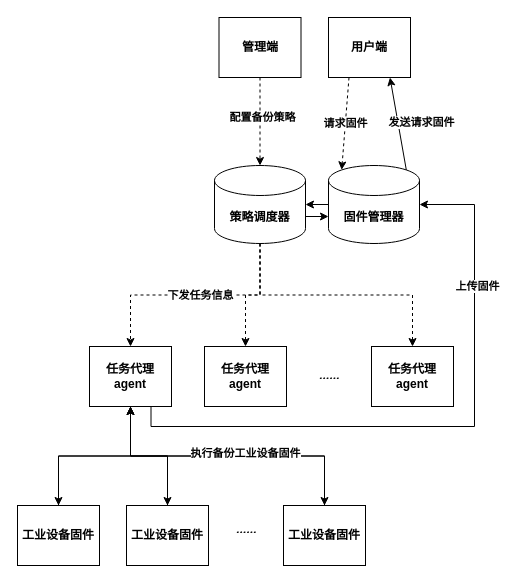
Earlier version of the draw.io diagram patent1.drawio (Alpha-Girl/drawio). Source tidied: cells renumbered, new cells numbered last; positions are measured from the earlier drawing's top-left corner, leaving out a move shared by most shapes. Both pictures are drawn from the tidied source at 100%, with x=0, y=0 at pixel (17, 17).
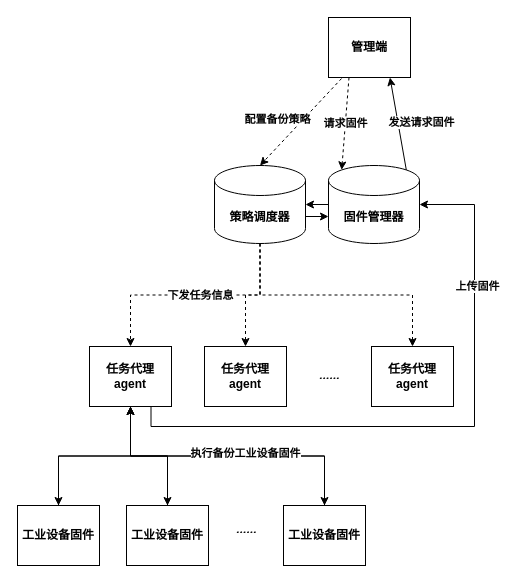
The same page after the edit.

Unchanged cells that the change refers to:
```xml
<mxCell id="12" value="策略调度器" style="shape=cylinder3;whiteSpace=wrap;html=1;boundedLbl=1;backgroundOutline=1;size=15;fontStyle=1;" parent="1" vertex="1">
  <mxGeometry x="197" y="148" width="91" height="78" as="geometry" />
</mxCell>
```

Change to the diagram source:
```diff
@@
-    <mxCell id="2" style="edgeStyle=orthogonalEdgeStyle;rounded=0;jettySize=auto;html=1;exitX=0.5;exitY=1;exitDx=0;exitDy=0;entryX=0.5;entryY=0;entryDx=0;entryDy=0;entryPerimeter=0;dashed=1;" parent="1" edge="1" source="4" target="12">
+    <mxCell id="2" style="rounded=0;jettySize=auto;html=1;exitX=0.159;exitY=1.017;exitDx=0;exitDy=0;entryX=0.5;entryY=0;entryDx=0;entryDy=0;entryPerimeter=0;dashed=1;exitPerimeter=0;" parent="1" edge="1" source="6" target="12">
       <mxGeometry relative="1" as="geometry" />
     </mxCell>
     <mxCell id="3" value="配置备份策略" style="edgeLabel;html=1;align=center;verticalAlign=middle;fontStyle=1;" parent="2" vertex="1">
-      <mxGeometry x="-0.11" y="2" relative="1" as="geometry" />
+      <mxGeometry x="-0.11" y="2" relative="1" as="geometry">
+        <mxPoint x="-30" as="offset" />
+      </mxGeometry>
     </mxCell>
-    <mxCell id="4" value="管理端" style="rounded=0;whiteSpace=wrap;html=1;fontStyle=1;" parent="1" vertex="1">
-      <mxGeometry x="201.5" width="82" height="60" as="geometry" />
-    </mxCell>
@@
-    <mxCell id="6" value="用户端" style="rounded=0;whiteSpace=wrap;html=1;fontStyle=1;" parent="1" vertex="1">
+    <mxCell id="6" value="管理端" style="rounded=0;whiteSpace=wrap;html=1;fontStyle=1;" parent="1" vertex="1">
       <mxGeometry x="311" width="82" height="60" as="geometry" />
     </mxCell>
```
